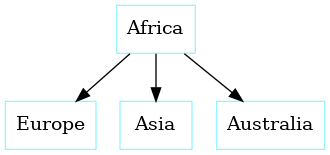
This is graphs/Migratory_Lineage.png from julianfl0w/Deism, a Graphviz export, as it was before one commit. Its source is kept beside it as graphs/Migratory_Lineage.dot.
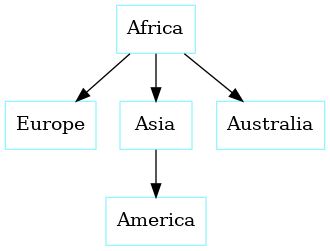
The same file after the commit.

Commit message:
lost America

Change to the diagram source:
```diff
@@ -3,6 +3,8 @@
 "Europe" [shape=box, color = cadetblue1]
 "Africa" -> "Europe" [penwidth=1]
 "Asia" [shape=box, color = cadetblue1]
+"America" [shape=box, color = cadetblue1]
+"Asia" -> "America" [penwidth=1]
 "Africa" -> "Asia" [penwidth=1]
 "Australia" [shape=box, color = cadetblue1]
 "Africa" -> "Australia" [penwidth=1]
```
